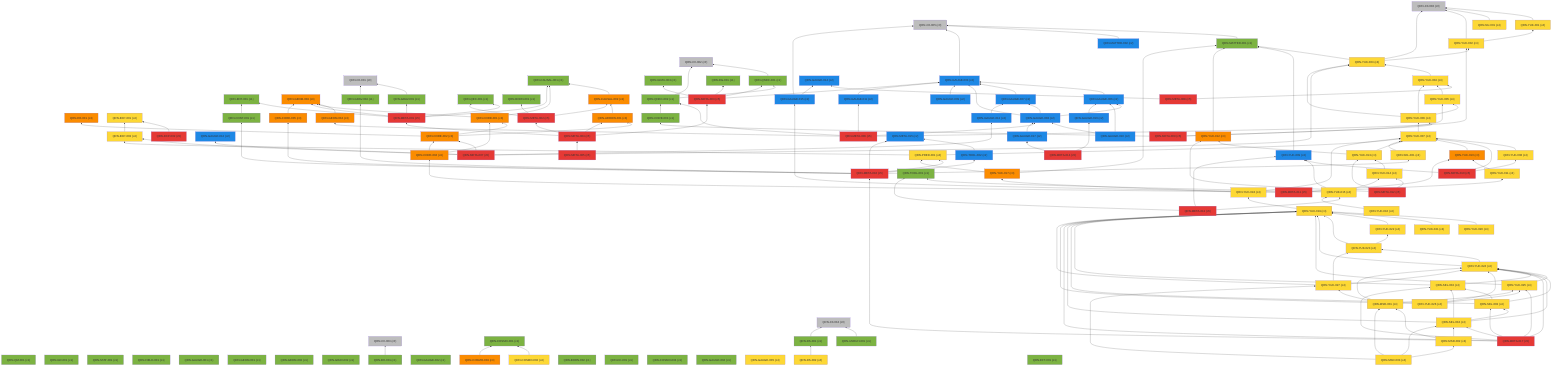
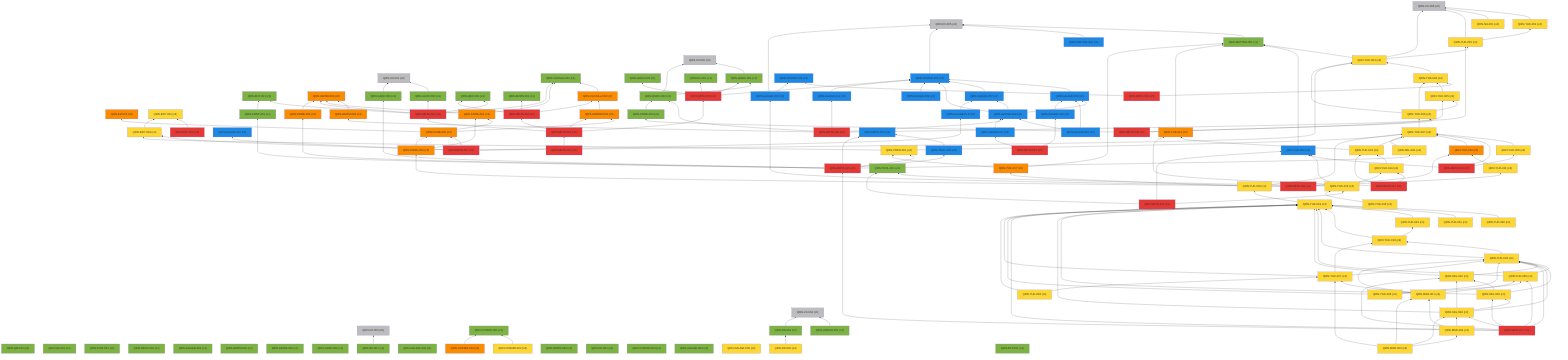
%% 自動生成 (dag/report.pl) — QRN 主張依存グラフ
graph BT
  QRN_C0_001["QRN-C0-001 (c0)"]:::c0
  QRN_C0_002["QRN-C0-002 (c0)"]:::c0
  QRN_C0_003["QRN-C0-003 (c0)"]:::c0
  QRN_C0_004["QRN-C0-004 (c0)"]:::c0
  QRN_C0_005["QRN-C0-005 (c0)"]:::c0
  QRN_C0_006["QRN-C0-006 (c0)"]:::c0
  QRN_QM_001["QRN-QM-001 (c1)"]:::c1
  QRN_GR_001["QRN-GR-001 (c1)"]:::c1
  QRN_STAT_001["QRN-STAT-001 (c1)"]:::c1
  QRN_FIELD_001["QRN-FIELD-001 (c1)"]:::c1
  QRN_GAUGE_001["QRN-GAUGE-001 (c1)"]:::c1
  QRN_ENT_001["QRN-ENT-001 (c1)"]:::c1
  QRN_GEOM_001["QRN-GEOM-001 (c1)"]:::c1
  QRN_GEOM_002["QRN-GEOM-002 (c1)"]:::c1
  QRN_GEOM_003["QRN-GEOM-003 (c3)"]:::c3
  QRN_GRAV_001["QRN-GRAV-001 (c1)"]:::c1
  QRN_GRAV_002["QRN-GRAV-002 (c1)"]:::c1
  QRN_BH_001["QRN-BH-001 (c1)"]:::c1
  QRN_CAUSAL_001["QRN-CAUSAL-001 (c1)"]:::c1
  QRN_CAUSAL_002["QRN-CAUSAL-002 (c3)"]:::c3
  QRN_ER_001["QRN-ER-001 (c3)"]:::c3
  QRN_QEC_001["QRN-QEC-001 (c1)"]:::c1
  QRN_GAUGE_002["QRN-GAUGE-002 (c1)"]:::c1
  QRN_COSMO_001["QRN-COSMO-001 (c1)"]:::c1
  QRN_COSMO_002["QRN-COSMO-002 (c4)"]:::c4
  QRN_COSMO_003["QRN-COSMO-003 (c3)"]:::c3
  QRN_BORN_001["QRN-BORN-001 (c1)"]:::c1
  QRN_BORN_002["QRN-BORN-002 (c1)"]:::c1
  QRN_GRAV_003["QRN-GRAV-003 (c1)"]:::c1
  QRN_KK_001["QRN-KK-001 (c1)"]:::c1
  QRN_MATTER_001["QRN-MATTER-001 (c1)"]:::c1
  QRN_MATTER_002["QRN-MATTER-002 (c2)"]:::c2
  QRN_COSMO_004["QRN-COSMO-004 (c1)"]:::c1
  QRN_EXP_001["QRN-EXP-001 (c4)"]:::c4
  QRN_GAUGE_003["QRN-GAUGE-003 (c2)"]:::c2
  QRN_GAUGE_004["QRN-GAUGE-004 (c1)"]:::c1
  QRN_GAUGE_005["QRN-GAUGE-005 (c4)"]:::c4
  QRN_YUK_001["QRN-YUK-001 (c4)"]:::c4
  QRN_RG_001["QRN-RG-001 (c1)"]:::c1
  QRN_UNRUH_001["QRN-UNRUH-001 (c1)"]:::c1
  QRN_QNEC_001["QRN-QNEC-001 (c1)"]:::c1
  QRN_NU_001["QRN-NU-001 (c4)"]:::c4
  QRN_GAUGE_006["QRN-GAUGE-006 (c2)"]:::c2
  QRN_DS_001["QRN-DS-001 (c1)"]:::c1
  QRN_DS_002["QRN-DS-002 (c4)"]:::c4
  QRN_ARROW_001["QRN-ARROW-001 (c3)"]:::c3
  QRN_GAUGE_007["QRN-GAUGE-007 (c2)"]:::c2
  QRN_EFT_001["QRN-EFT-001 (c1)"]:::c1
  QRN_GAUGE_008["QRN-GAUGE-008 (c2)"]:::c2
  QRN_GAUGE_009["QRN-GAUGE-009 (c2)"]:::c2
  QRN_GAUGE_010["QRN-GAUGE-010 (c2)"]:::c2
  QRN_QNEC_002["QRN-QNEC-002 (c1)"]:::c1
  QRN_GEOM_004["QRN-GEOM-004 (c3)"]:::c3
  QRN_YUK_002["QRN-YUK-002 (c4)"]:::c4
  QRN_EXP_002["QRN-EXP-002 (c5)"]:::c5
  QRN_CORE_001["QRN-CORE-001 (c3)"]:::c3
  QRN_GAUGE_011["QRN-GAUGE-011 (c2)"]:::c2
  QRN_GAUGE_012["QRN-GAUGE-012 (c2)"]:::c2
  QRN_YUK_003["QRN-YUK-003 (c4)"]:::c4
  QRN_EXP_003["QRN-EXP-003 (c4)"]:::c4
  QRN_CORE_002["QRN-CORE-002 (c3)"]:::c3
  QRN_GAUGE_013["QRN-GAUGE-013 (c2)"]:::c2
  QRN_YUK_004["QRN-YUK-004 (c4)"]:::c4
  QRN_GAUGE_014["QRN-GAUGE-014 (c2)"]:::c2
  QRN_META_001["QRN-META-001 (c5)"]:::c5
  QRN_META_002["QRN-META-002 (c5)"]:::c5
  QRN_META_003["QRN-META-003 (c5)"]:::c5
  QRN_META_004["QRN-META-004 (c5)"]:::c5
  QRN_META_005["QRN-META-005 (c5)"]:::c5
  QRN_META_006["QRN-META-006 (c5)"]:::c5
  QRN_META_007["QRN-META-007 (c5)"]:::c5
  QRN_META_008["QRN-META-008 (c5)"]:::c5
  QRN_YUK_005["QRN-YUK-005 (c4)"]:::c4
  QRN_YUK_006["QRN-YUK-006 (c4)"]:::c4
  QRN_CORE_003["QRN-CORE-003 (c1)"]:::c1
  QRN_META_009["QRN-META-009 (c5)"]:::c5
  QRN_YUK_007["QRN-YUK-007 (c4)"]:::c4
  QRN_YUK_008["QRN-YUK-008 (c4)"]:::c4
  QRN_YUK_009["QRN-YUK-009 (c2)"]:::c2
  QRN_META_010["QRN-META-010 (c5)"]:::c5
  QRN_GAUGE_015["QRN-GAUGE-015 (c2)"]:::c2
  QRN_YUK_010["QRN-YUK-010 (c3)"]:::c3
  QRN_YUK_011["QRN-YUK-011 (c4)"]:::c4
  QRN_CORE_004["QRN-CORE-004 (c3)"]:::c3
  QRN_META_011["QRN-META-011 (c5)"]:::c5
  QRN_YUK_012["QRN-YUK-012 (c3)"]:::c3
  QRN_YUK_013["QRN-YUK-013 (c4)"]:::c4
  QRN_YUK_014["QRN-YUK-014 (c4)"]:::c4
  QRN_META_012["QRN-META-012 (c5)"]:::c5
  QRN_TOOL_001["QRN-TOOL-001 (c1)"]:::c1
  QRN_YUK_015["QRN-YUK-015 (c4)"]:::c4
  QRN_META_013["QRN-META-013 (c5)"]:::c5
  QRN_GAUGE_016["QRN-GAUGE-016 (c2)"]:::c2
  QRN_GAUGE_017["QRN-GAUGE-017 (c2)"]:::c2
  QRN_META_014["QRN-META-014 (c5)"]:::c5
  QRN_META_015["QRN-META-015 (c2)"]:::c2
  QRN_TOOL_002["QRN-TOOL-002 (c2)"]:::c2
  QRN_CORE_005["QRN-CORE-005 (c3)"]:::c3
  QRN_CONT_001["QRN-CONT-001 (c1)"]:::c1
  QRN_SEL_001["QRN-SEL-001 (c4)"]:::c4
  QRN_GRAV_004["QRN-GRAV-004 (c1)"]:::c1
  QRN_PRED_001["QRN-PRED-001 (c4)"]:::c4
  QRN_META_016["QRN-META-016 (c5)"]:::c5
  QRN_YUK_016["QRN-YUK-016 (c4)"]:::c4
  QRN_YUK_017["QRN-YUK-017 (c3)"]:::c3
  QRN_YUK_018["QRN-YUK-018 (c4)"]:::c4
  QRN_YUK_019["QRN-YUK-019 (c4)"]:::c4
  QRN_YUK_020["QRN-YUK-020 (c4)"]:::c4
  QRN_YUK_021["QRN-YUK-021 (c4)"]:::c4
  QRN_YUK_022["QRN-YUK-022 (c4)"]:::c4
  QRN_YUK_023["QRN-YUK-023 (c4)"]:::c4
  QRN_YUK_024["QRN-YUK-024 (c4)"]:::c4
  QRN_YUK_025["QRN-YUK-025 (c4)"]:::c4
  QRN_SEL_002["QRN-SEL-002 (c4)"]:::c4
  QRN_SEL_003["QRN-SEL-003 (c4)"]:::c4
  QRN_SEL_004["QRN-SEL-004 (c4)"]:::c4
  QRN_META_017["QRN-META-017 (c5)"]:::c5
  QRN_YUK_026["QRN-YUK-026 (c4)"]:::c4
  QRN_YUK_027["QRN-YUK-027 (c4)"]:::c4
  QRN_MSR_001["QRN-MSR-001 (c4)"]:::c4
  QRN_MSR_002["QRN-MSR-002 (c4)"]:::c4
  QRN_MSR_003["QRN-MSR-003 (c4)"]:::c4
+   QRN_YUK_028["QRN-YUK-028 (c4)"]:::c4
  QRN_GRAV_001 --> QRN_C0_001
  QRN_BH_001 --> QRN_C0_003
  QRN_CAUSAL_002 --> QRN_CAUSAL_001
  QRN_COSMO_002 --> QRN_COSMO_001
  QRN_COSMO_003 --> QRN_COSMO_001
  QRN_MATTER_001 --> QRN_C0_005
  QRN_MATTER_002 --> QRN_C0_005
  QRN_GAUGE_003 --> QRN_C0_005
  QRN_YUK_001 --> QRN_C0_006
  QRN_UNRUH_001 --> QRN_C0_004
  QRN_QNEC_001 --> QRN_C0_002
  QRN_NU_001 --> QRN_C0_006
  QRN_GAUGE_006 --> QRN_GAUGE_003
  QRN_DS_001 --> QRN_C0_004
  QRN_DS_002 --> QRN_DS_001
  QRN_ARROW_001 --> QRN_CAUSAL_002
  QRN_GAUGE_007 --> QRN_GAUGE_003
  QRN_GAUGE_008 --> QRN_GAUGE_003
  QRN_GAUGE_008 --> QRN_GAUGE_006
  QRN_GAUGE_008 --> QRN_GAUGE_007
  QRN_GAUGE_009 --> QRN_GAUGE_003
  QRN_GAUGE_010 --> QRN_GAUGE_006
  QRN_GAUGE_010 --> QRN_GAUGE_008
  QRN_QNEC_002 --> QRN_C0_002
  QRN_QNEC_002 --> QRN_QNEC_001
  QRN_GEOM_004 --> QRN_GEOM_003
  QRN_YUK_002 --> QRN_C0_006
  QRN_YUK_002 --> QRN_YUK_001
  QRN_EXP_002 --> QRN_EXP_001
  QRN_CORE_001 --> QRN_GEOM_003
  QRN_CORE_001 --> QRN_CAUSAL_001
  QRN_GAUGE_011 --> QRN_GAUGE_003
  QRN_YUK_003 --> QRN_C0_006
  QRN_YUK_003 --> QRN_MATTER_001
  QRN_YUK_003 --> QRN_YUK_002
  QRN_EXP_003 --> QRN_EXP_001
  QRN_CORE_002 --> QRN_CORE_001
  QRN_CORE_002 --> QRN_ER_001
  QRN_CORE_002 --> QRN_ARROW_001
  QRN_GAUGE_013 --> QRN_GAUGE_007
  QRN_YUK_004 --> QRN_YUK_003
  QRN_META_001 --> QRN_GEOM_003
  QRN_META_001 --> QRN_GRAV_001
  QRN_META_001 --> QRN_CAUSAL_001
  QRN_META_001 --> QRN_QEC_001
  QRN_META_001 --> QRN_ENT_001
  QRN_META_002 --> QRN_QEC_001
  QRN_META_002 --> QRN_BORN_001
  QRN_META_002 --> QRN_CAUSAL_002
  QRN_META_003 --> QRN_GAUGE_003
  QRN_META_003 --> QRN_RG_001
  QRN_META_003 --> QRN_QNEC_001
  QRN_META_003 --> QRN_GRAV_003
  QRN_META_004 --> QRN_META_001
  QRN_META_004 --> QRN_META_002
  QRN_META_004 --> QRN_META_003
  QRN_META_004 --> QRN_ARROW_001
  QRN_META_005 --> QRN_META_004
  QRN_META_006 --> QRN_GAUGE_008
  QRN_META_006 --> QRN_QNEC_002
  QRN_META_006 --> QRN_GEOM_004
  QRN_META_006 --> QRN_YUK_002
  QRN_META_006 --> QRN_GAUGE_011
  QRN_META_007 --> QRN_GAUGE_012
  QRN_META_007 --> QRN_YUK_003
  QRN_META_007 --> QRN_EXP_003
  QRN_META_007 --> QRN_CORE_002
  QRN_META_007 --> QRN_GAUGE_013
  QRN_META_008 --> QRN_YUK_004
  QRN_META_008 --> QRN_GAUGE_014
  QRN_YUK_005 --> QRN_YUK_004
  QRN_YUK_006 --> QRN_YUK_003
  QRN_YUK_006 --> QRN_YUK_004
  QRN_YUK_006 --> QRN_YUK_005
  QRN_CORE_003 --> QRN_QNEC_002
  QRN_META_009 --> QRN_YUK_005
  QRN_META_009 --> QRN_YUK_006
  QRN_META_009 --> QRN_CORE_003
  QRN_YUK_007 --> QRN_YUK_006
  QRN_YUK_008 --> QRN_YUK_007
  QRN_YUK_009 --> QRN_MATTER_001
  QRN_META_010 --> QRN_YUK_007
  QRN_META_010 --> QRN_YUK_008
  QRN_META_010 --> QRN_YUK_009
  QRN_GAUGE_015 --> QRN_C0_005
  QRN_GAUGE_015 --> QRN_GAUGE_014
  QRN_YUK_010 --> QRN_YUK_007
  QRN_YUK_011 --> QRN_YUK_010
  QRN_CORE_004 --> QRN_CORE_001
  QRN_CORE_004 --> QRN_CORE_002
  QRN_META_011 --> QRN_GAUGE_015
  QRN_META_011 --> QRN_YUK_010
  QRN_META_011 --> QRN_YUK_011
  QRN_META_011 --> QRN_CORE_004
  QRN_YUK_012 --> QRN_MATTER_001
  QRN_YUK_013 --> QRN_YUK_012
  QRN_YUK_013 --> QRN_YUK_007
  QRN_YUK_014 --> QRN_YUK_013
  QRN_META_012 --> QRN_YUK_012
  QRN_META_012 --> QRN_YUK_013
  QRN_META_012 --> QRN_YUK_014
  QRN_YUK_015 --> QRN_YUK_014
  QRN_YUK_015 --> QRN_TOOL_001
  QRN_YUK_015 --> QRN_YUK_009
  QRN_META_013 --> QRN_YUK_015
  QRN_META_013 --> QRN_TOOL_001
  QRN_META_013 --> QRN_YUK_009
  QRN_GAUGE_016 --> QRN_GAUGE_006
  QRN_GAUGE_017 --> QRN_GAUGE_008
  QRN_META_014 --> QRN_GAUGE_016
  QRN_META_014 --> QRN_GAUGE_017
  QRN_TOOL_002 --> QRN_META_015
  QRN_CORE_005 --> QRN_GEOM_003
  QRN_CONT_001 --> QRN_ENT_001
  QRN_SEL_001 --> QRN_YUK_007
  QRN_GRAV_004 --> QRN_C0_001
  QRN_PRED_001 --> QRN_YUK_007
  QRN_PRED_001 --> QRN_EXP_003
  QRN_META_016 --> QRN_META_015
  QRN_META_016 --> QRN_TOOL_002
  QRN_META_016 --> QRN_CORE_005
  QRN_META_016 --> QRN_CONT_001
  QRN_META_016 --> QRN_SEL_001
  QRN_META_016 --> QRN_GRAV_004
  QRN_META_016 --> QRN_PRED_001
  QRN_YUK_016 --> QRN_YUK_015
  QRN_YUK_017 --> QRN_MATTER_001
  QRN_YUK_017 --> QRN_PRED_001
  QRN_YUK_018 --> QRN_YUK_017
  QRN_YUK_018 --> QRN_YUK_007
  QRN_YUK_019 --> QRN_YUK_018
  QRN_YUK_020 --> QRN_YUK_019
  QRN_YUK_021 --> QRN_YUK_019
  QRN_YUK_022 --> QRN_YUK_019
  QRN_YUK_023 --> QRN_YUK_019
  QRN_YUK_023 --> QRN_YUK_022
  QRN_YUK_024 --> QRN_YUK_019
  QRN_YUK_024 --> QRN_YUK_023
  QRN_YUK_025 --> QRN_YUK_019
  QRN_YUK_025 --> QRN_YUK_024
  QRN_SEL_002 --> QRN_YUK_019
  QRN_SEL_002 --> QRN_YUK_024
  QRN_SEL_003 --> QRN_YUK_019
  QRN_SEL_003 --> QRN_YUK_024
  QRN_SEL_003 --> QRN_SEL_002
  QRN_SEL_004 --> QRN_YUK_019
  QRN_SEL_004 --> QRN_YUK_024
  QRN_SEL_004 --> QRN_SEL_002
  QRN_SEL_004 --> QRN_SEL_003
  QRN_META_017 --> QRN_META_016
  QRN_META_017 --> QRN_YUK_019
  QRN_META_017 --> QRN_YUK_024
  QRN_META_017 --> QRN_YUK_025
  QRN_META_017 --> QRN_SEL_002
  QRN_META_017 --> QRN_SEL_003
  QRN_META_017 --> QRN_SEL_004
  QRN_YUK_026 --> QRN_YUK_019
  QRN_YUK_026 --> QRN_YUK_024
  QRN_YUK_026 --> QRN_YUK_025
  QRN_YUK_027 --> QRN_YUK_019
  QRN_YUK_027 --> QRN_YUK_023
  QRN_YUK_027 --> QRN_YUK_024
  QRN_MSR_001 --> QRN_YUK_024
  QRN_MSR_001 --> QRN_YUK_025
  QRN_MSR_001 --> QRN_YUK_027
  QRN_MSR_002 --> QRN_SEL_004
  QRN_MSR_002 --> QRN_MSR_001
  QRN_MSR_003 --> QRN_MSR_001
  QRN_MSR_003 --> QRN_MSR_002
  QRN_MSR_003 --> QRN_SEL_004
  QRN_MSR_003 --> QRN_YUK_027
+   QRN_YUK_028 --> QRN_YUK_019
+   QRN_YUK_028 --> QRN_YUK_027
  classDef c0 fill:#bdbdbd
  classDef c1 fill:#7cb342
  classDef c2 fill:#1e88e5
  classDef c3 fill:#fb8c00
  classDef c4 fill:#fdd835
  classDef c5 fill:#e53935
